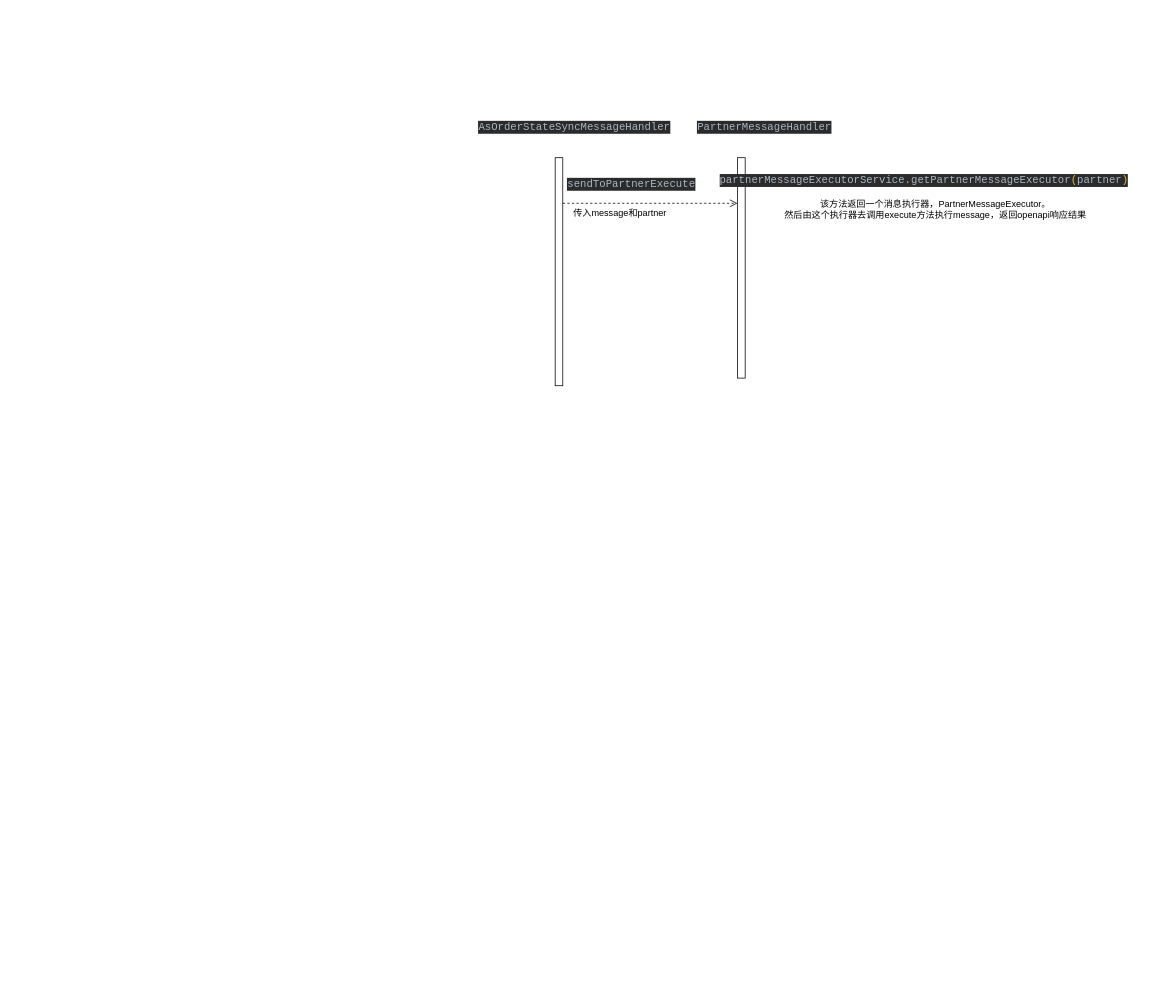
The draw.io diagram images/diagrams/未命名绘图.drawio in wizbao/wizbao, before the edit. Source tidied: cells renumbered, new cells numbered last; positions are measured from the earlier drawing's top-left corner, leaving out a move shared by most shapes. Both pictures are drawn from the tidied source at 76%, with x=0, y=0 at pixel (486, 104).
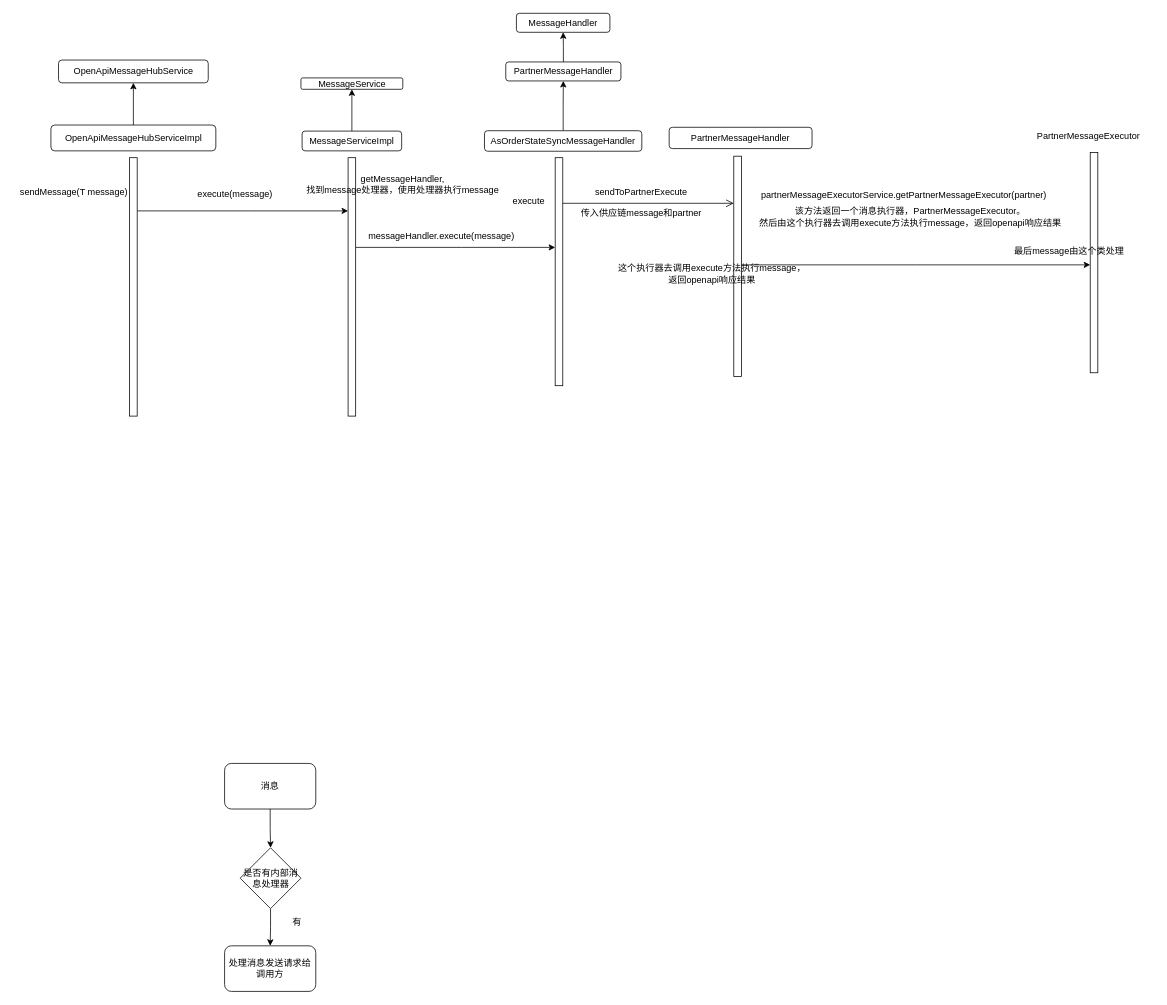
Above is the later version.

Commit message:
更新未命名绘图.drawio

The change refers to these unchanged cells:
```xml
<mxCell id="2" style="html=1;points=[];perimeter=orthogonalPerimeter;outlineConnect=0;targetShapes=umlLifeline;portConstraint=eastwest;newEdgeStyle={&quot;edgeStyle&quot;:&quot;elbowEdgeStyle&quot;,&quot;elbow&quot;:&quot;vertical&quot;,&quot;curved&quot;:0,&quot;rounded&quot;:0};" parent="1" vertex="1">
  <mxGeometry x="90" y="70" width="10" height="300" as="geometry" />
</mxCell>
```

Change to the diagram source:
```diff
@@
-    <mxCell id="3" value="&lt;pre style=&quot;background-color:#2b2b2b;color:#a9b7c6;font-family:'JetBrains Mono',monospace;font-size:10.5pt;&quot;&gt;sendToPartnerExecute&lt;/pre&gt;" style="html=1;verticalAlign=bottom;endArrow=open;dashed=1;endSize=8;edgeStyle=elbowEdgeStyle;elbow=vertical;curved=0;rounded=0;" parent="1" edge="1" source="2" target="5">
-      <mxGeometry x="-0.22" relative="1" as="geometry">
+    <mxCell id="3" style="verticalAlign=bottom;endArrow=open;endSize=8;edgeStyle=elbowEdgeStyle;elbow=vertical;curved=0;rounded=0;labelBorderColor=none;labelBackgroundColor=default;" parent="1" edge="1" source="2" target="5">
+      <mxGeometry x="-0.17" y="20" relative="1" as="geometry">
         <Array as="points">
           <mxPoint x="220" y="130" />
         </Array>
       </mxGeometry>
     </mxCell>
-    <mxCell id="4" value="&lt;pre style=&quot;background-color:#2b2b2b;color:#a9b7c6;font-family:'JetBrains Mono',monospace;font-size:10.5pt;&quot;&gt;AsOrderStateSyncMessageHandler&lt;/pre&gt;" style="text;html=1;align=center;verticalAlign=middle;points=[];strokeColor=none;fillColor=none;" parent="1" vertex="1">
-      <mxGeometry width="230" height="60" as="geometry" />
-    </mxCell>
+    <mxCell id="10" style="edgeStyle=elbowEdgeStyle;rounded=0;jettySize=auto;html=1;elbow=vertical;curved=0;" parent="1" edge="1" source="5" target="13">
+      <mxGeometry relative="1" as="geometry" />
+    </mxCell>
     <mxCell id="5" style="html=1;points=[];perimeter=orthogonalPerimeter;outlineConnect=0;targetShapes=umlLifeline;portConstraint=eastwest;newEdgeStyle={&quot;edgeStyle&quot;:&quot;elbowEdgeStyle&quot;,&quot;elbow&quot;:&quot;vertical&quot;,&quot;curved&quot;:0,&quot;rounded&quot;:0};" parent="1" vertex="1">
-      <mxGeometry x="330" y="70" width="10" height="290" as="geometry" />
+      <mxGeometry x="325" y="68" width="10" height="290" as="geometry" />
     </mxCell>
-    <mxCell id="6" value="&lt;pre style=&quot;background-color:#2b2b2b;color:#a9b7c6;font-family:'JetBrains Mono',monospace;font-size:10.5pt;&quot;&gt;PartnerMessageHandler&lt;/pre&gt;" style="text;html=1;align=center;verticalAlign=middle;strokeColor=none;fillColor=none;" parent="1" vertex="1">
-      <mxGeometry x="280" width="170" height="60" as="geometry" />
-    </mxCell>
-    <mxCell id="7" value="传入message和partner" style="text;html=1;align=center;verticalAlign=middle;strokeColor=none;fillColor=none;" parent="1" vertex="1">
-      <mxGeometry x="100" y="128" width="150" height="30" as="geometry" />
+    <mxCell id="7" value="传入供应链message和partner" style="text;html=1;align=center;verticalAlign=middle;strokeColor=none;fillColor=none;" parent="1" vertex="1">
+      <mxGeometry x="114" y="130" width="177" height="26" as="geometry" />
     </mxCell>
-    <mxCell id="8" value="&lt;pre style=&quot;background-color:#2b2b2b;color:#a9b7c6;font-family:'JetBrains Mono',monospace;font-size:10.5pt;&quot;&gt;partnerMessageExecutorService.getPartnerMessageExecutor&lt;span style=&quot;color:#e8ba36;&quot;&gt;(&lt;/span&gt;partner&lt;span style=&quot;color:#e8ba36;&quot;&gt;)&lt;/span&gt;&lt;/pre&gt;" style="text;html=1;align=center;verticalAlign=middle;strokeColor=none;fillColor=none;" parent="1" vertex="1">
-      <mxGeometry x="340" y="70" width="470" height="60" as="geometry" />
+    <mxCell id="8" value="partnerMessageExecutorService.getPartnerMessageExecutor(partner)" style="text;align=center;verticalAlign=middle;strokeColor=none;fillColor=none;" parent="1" vertex="1">
+      <mxGeometry x="314" y="89" width="470" height="60" as="geometry" />
     </mxCell>
     <mxCell id="9" value="该方法返回一个消息执行器，PartnerMessageExecutor。&lt;br&gt;然后由这个执行器去调用execute方法执行message，返回openapi响应结果" style="text;html=1;align=center;verticalAlign=middle;strokeColor=none;fillColor=none;" parent="1" vertex="1">
-      <mxGeometry x="380" y="118" width="420" height="40" as="geometry" />
+      <mxGeometry x="347" y="128" width="420" height="40" as="geometry" />
     </mxCell>
+    <mxCell id="11" value="execute" style="text;html=1;align=center;verticalAlign=middle;strokeColor=none;fillColor=none;" parent="1" vertex="1">
+      <mxGeometry x="25" y="115" width="60" height="26" as="geometry" />
+    </mxCell>
+    <mxCell id="12" value="sendToPartnerExecute" style="text;html=1;align=center;verticalAlign=middle;strokeColor=none;fillColor=none;" parent="1" vertex="1">
+      <mxGeometry x="133" y="102" width="139" height="26" as="geometry" />
+    </mxCell>
+    <mxCell id="13" style="html=1;points=[];perimeter=orthogonalPerimeter;outlineConnect=0;targetShapes=umlLifeline;portConstraint=eastwest;newEdgeStyle={&quot;edgeStyle&quot;:&quot;elbowEdgeStyle&quot;,&quot;elbow&quot;:&quot;vertical&quot;,&quot;curved&quot;:0,&quot;rounded&quot;:0};" parent="1" vertex="1">
+      <mxGeometry x="794" y="63" width="10" height="290" as="geometry" />
+    </mxCell>
+    <mxCell id="14" value="&lt;br&gt;这个执行器去调用execute方法执行message，&lt;br&gt;返回openapi响应结果" style="text;html=1;align=center;verticalAlign=middle;strokeColor=none;fillColor=none;" parent="1" vertex="1">
+      <mxGeometry x="163" y="188" width="265" height="55" as="geometry" />
+    </mxCell>
+    <mxCell id="15" value="PartnerMessageExecutor" style="text;align=center;verticalAlign=middle;strokeColor=none;fillColor=none;" parent="1" vertex="1">
+      <mxGeometry x="706" y="13" width="172" height="57" as="geometry" />
+    </mxCell>
+    <mxCell id="16" value="最后message由这个类处理" style="text;html=1;align=center;verticalAlign=middle;strokeColor=none;fillColor=none;" parent="1" vertex="1">
+      <mxGeometry x="684" y="180" width="163" height="26" as="geometry" />
+    </mxCell>
+    <mxCell id="17" style="edgeStyle=orthogonalEdgeStyle;rounded=0;jettySize=auto;html=1;entryX=0.5;entryY=1;entryDx=0;entryDy=0;" parent="1" edge="1" source="18" target="21">
+      <mxGeometry relative="1" as="geometry" />
+    </mxCell>
+    <mxCell id="18" value="PartnerMessageHandler" style="rounded=1;whiteSpace=wrap;" parent="1" vertex="1">
+      <mxGeometry x="25" y="-56" width="151.5" height="25" as="geometry" />
+    </mxCell>
+    <mxCell id="19" style="edgeStyle=orthogonalEdgeStyle;rounded=0;jettySize=auto;html=1;entryX=0.5;entryY=1;entryDx=0;entryDy=0;" parent="1" edge="1" source="4" target="18">
+      <mxGeometry relative="1" as="geometry" />
+    </mxCell>
+    <mxCell id="4" value="AsOrderStateSyncMessageHandler" style="rounded=1;whiteSpace=wrap;html=1;" parent="1" vertex="1">
+      <mxGeometry x="-3" y="34.5" width="207" height="27" as="geometry" />
+    </mxCell>
+    <mxCell id="20" value="PartnerMessageHandler" style="rounded=1;whiteSpace=wrap;html=1;" parent="1" vertex="1">
+      <mxGeometry x="240" y="30" width="188" height="28" as="geometry" />
+    </mxCell>
+    <mxCell id="21" value="MessageHandler" style="rounded=1;whiteSpace=wrap;html=1;" parent="1" vertex="1">
+      <mxGeometry x="39" y="-120" width="123" height="25" as="geometry" />
+    </mxCell>
+    <mxCell id="22" style="edgeStyle=elbowEdgeStyle;rounded=0;jettySize=auto;html=1;elbow=vertical;curved=0;" parent="1" edge="1" source="23" target="2">
+      <mxGeometry relative="1" as="geometry">
+        <Array as="points">
+          <mxPoint x="-33" y="188" />
+        </Array>
+      </mxGeometry>
+    </mxCell>
+    <mxCell id="23" style="html=1;points=[];perimeter=orthogonalPerimeter;outlineConnect=0;targetShapes=umlLifeline;portConstraint=eastwest;newEdgeStyle={&quot;edgeStyle&quot;:&quot;elbowEdgeStyle&quot;,&quot;elbow&quot;:&quot;vertical&quot;,&quot;curved&quot;:0,&quot;rounded&quot;:0};" parent="1" vertex="1">
+      <mxGeometry x="-182.5" y="70" width="10" height="340" as="geometry" />
+    </mxCell>
+    <mxCell id="24" style="edgeStyle=orthogonalEdgeStyle;rounded=0;jettySize=auto;html=1;entryX=0.5;entryY=1;entryDx=0;entryDy=0;" parent="1" edge="1" source="25" target="26">
+      <mxGeometry relative="1" as="geometry" />
+    </mxCell>
+    <mxCell id="25" value="MessageServiceImpl" style="rounded=1;whiteSpace=wrap;html=1;" parent="1" vertex="1">
+      <mxGeometry x="-243" y="35" width="131" height="26" as="geometry" />
+    </mxCell>
+    <mxCell id="26" value="MessageService" style="rounded=1;whiteSpace=wrap;" parent="1" vertex="1">
+      <mxGeometry x="-244.5" y="-35" width="134" height="15" as="geometry" />
+    </mxCell>
+    <mxCell id="27" style="edgeStyle=orthogonalEdgeStyle;rounded=0;jettySize=auto;html=1;" parent="1" edge="1" source="28" target="31">
+      <mxGeometry relative="1" as="geometry" />
+    </mxCell>
+    <mxCell id="28" value="OpenApiMessageHubServiceImpl" style="rounded=1;whiteSpace=wrap;" parent="1" vertex="1">
+      <mxGeometry x="-573.5" y="27" width="217" height="34" as="geometry" />
+    </mxCell>
+    <mxCell id="29" style="edgeStyle=elbowEdgeStyle;rounded=0;jettySize=auto;html=1;elbow=vertical;curved=0;" parent="1" edge="1" source="30" target="23">
+      <mxGeometry relative="1" as="geometry">
+        <Array as="points">
+          <mxPoint x="-312" y="140" />
+        </Array>
+      </mxGeometry>
+    </mxCell>
+    <mxCell id="30" style="html=1;points=[];perimeter=orthogonalPerimeter;outlineConnect=0;targetShapes=umlLifeline;portConstraint=eastwest;newEdgeStyle={&quot;edgeStyle&quot;:&quot;elbowEdgeStyle&quot;,&quot;elbow&quot;:&quot;vertical&quot;,&quot;curved&quot;:0,&quot;rounded&quot;:0};" parent="1" vertex="1">
+      <mxGeometry x="-470" y="70" width="10" height="340" as="geometry" />
+    </mxCell>
+    <mxCell id="31" value="OpenApiMessageHubService" style="rounded=1;whiteSpace=wrap;" parent="1" vertex="1">
+      <mxGeometry x="-563.5" y="-58.5" width="197" height="30" as="geometry" />
+    </mxCell>
+    <mxCell id="32" value="sendMessage(T message)" style="text;align=center;verticalAlign=middle;strokeColor=none;fillColor=none;" parent="1" vertex="1">
+      <mxGeometry x="-623" y="102" width="160" height="26" as="geometry" />
+    </mxCell>
+    <mxCell id="33" value="getMessageHandler,&#10;找到message处理器，使用处理器执行message" style="text;align=center;verticalAlign=middle;strokeColor=none;fillColor=none;" parent="1" vertex="1">
+      <mxGeometry x="-246" y="84" width="271" height="41" as="geometry" />
+    </mxCell>
+    <mxCell id="34" value="execute(message)" style="text;align=center;verticalAlign=middle;strokeColor=none;fillColor=none;" parent="1" vertex="1">
+      <mxGeometry x="-396" y="89" width="130" height="57" as="geometry" />
+    </mxCell>
+    <mxCell id="35" value="messageHandler.execute(message)" style="text;html=1;align=center;verticalAlign=middle;strokeColor=none;fillColor=none;" parent="1" vertex="1">
+      <mxGeometry x="-165" y="160" width="210" height="26" as="geometry" />
+    </mxCell>
+    <mxCell id="36" style="edgeStyle=orthogonalEdgeStyle;rounded=0;jettySize=auto;html=1;entryX=0.5;entryY=0;entryDx=0;entryDy=0;" parent="1" edge="1" source="37" target="39">
+      <mxGeometry relative="1" as="geometry" />
+    </mxCell>
+    <mxCell id="37" value="消息" style="rounded=1;whiteSpace=wrap;html=1;" parent="1" vertex="1">
+      <mxGeometry x="-345" y="867" width="120" height="60" as="geometry" />
+    </mxCell>
+    <mxCell id="38" style="edgeStyle=orthogonalEdgeStyle;rounded=0;jettySize=auto;html=1;exitX=0.5;exitY=1;exitDx=0;exitDy=0;entryX=0.5;entryY=0;entryDx=0;entryDy=0;" parent="1" edge="1" source="39" target="40">
+      <mxGeometry relative="1" as="geometry" />
+    </mxCell>
+    <mxCell id="39" value="是否有内部消息处理器" style="rhombus;whiteSpace=wrap;html=1;" parent="1" vertex="1">
+      <mxGeometry x="-324.5" y="978" width="80" height="80" as="geometry" />
+    </mxCell>
+    <mxCell id="40" value="处理消息发送请求给调用方" style="rounded=1;whiteSpace=wrap;html=1;" parent="1" vertex="1">
+      <mxGeometry x="-345" y="1107" width="120" height="60" as="geometry" />
+    </mxCell>
+    <mxCell id="41" value="有" style="text;html=1;align=center;verticalAlign=middle;strokeColor=none;fillColor=none;" parent="1" vertex="1">
+      <mxGeometry x="-265" y="1063" width="30" height="26" as="geometry" />
+    </mxCell>
```
